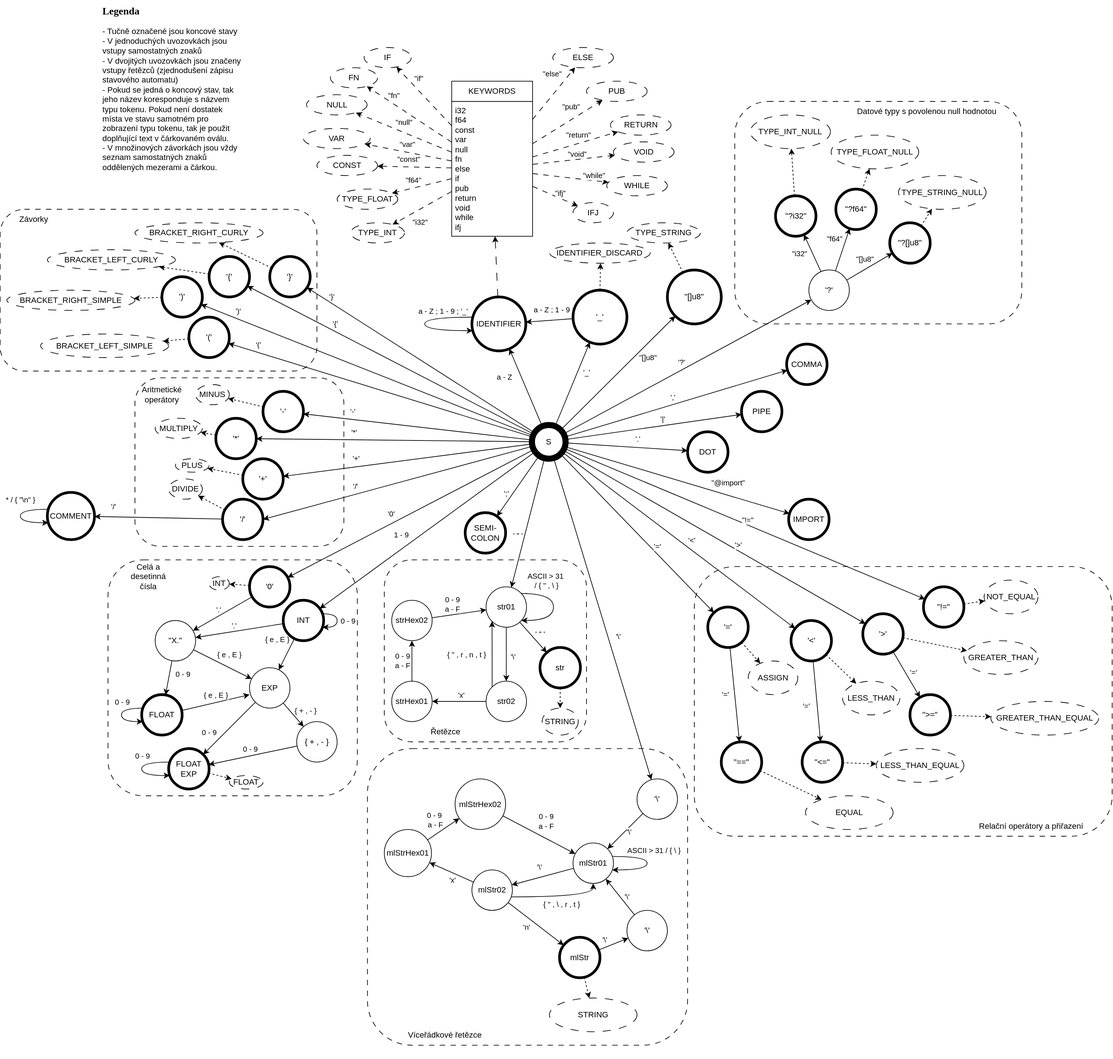
7dix/Compiler-BUT24 keeps this draw.io diagram as docs/fsm/lexer.drawio.svg. Above is the earlier version. Source tidied: cells renumbered, new cells last; positions are measured from the earlier drawing's top-left corner, leaving out a move shared by most shapes.
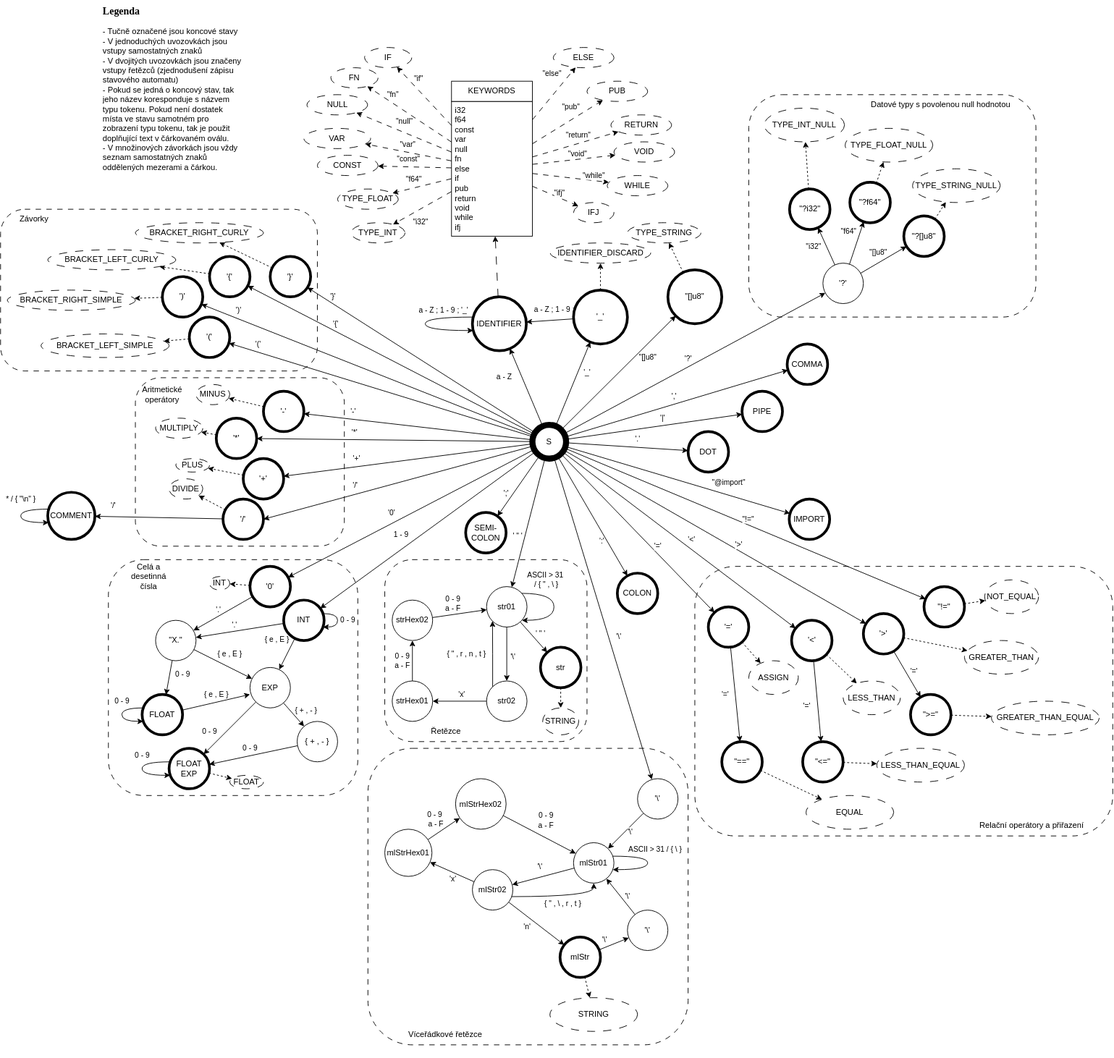
After the commit.

Commit message:
changed lexer diagram fsm

What changed in the source:
```diff
@@ -557,7 +557,7 @@
       <mxGeometry x="400" y="370" width="200" height="30" as="geometry" />
     </mxCell>
     <mxCell id="157" style="group;dashed=1;dashPattern=12 12;" parent="1" vertex="1">
-      <mxGeometry x="1090" y="150" width="433" height="330" as="geometry" />
+      <mxGeometry x="1110" y="140" width="433" height="330" as="geometry" />
     </mxCell>
     <mxCell id="158" style="rounded=1;whiteSpace=wrap;html=1;dashed=1;dashPattern=8 8;align=center;" parent="157" vertex="1">
       <mxGeometry width="426" height="330" as="geometry" />
@@ -819,6 +819,14 @@
         <mxPoint x="16" y="6" as="offset" />
       </mxGeometry>
     </mxCell>
+    <mxCell id="292" style="rounded=0;jettySize=auto;html=1;" parent="1" edge="1" source="226" target="294">
+      <mxGeometry relative="1" as="geometry" />
+    </mxCell>
+    <mxCell id="293" value="':'" style="edgeLabel;html=1;align=center;verticalAlign=middle;" parent="292" vertex="1">
+      <mxGeometry x="0.4" y="-2" relative="1" as="geometry">
+        <mxPoint x="-6" as="offset" />
+      </mxGeometry>
+    </mxCell>
     <mxCell id="226" value="S" style="ellipse;whiteSpace=wrap;html=1;strokeWidth=9;" parent="1" vertex="1">
       <mxGeometry x="789" y="630" width="50" height="50" as="geometry" />
     </mxCell>
@@ -896,7 +904,7 @@
       </mxGeometry>
     </mxCell>
     <mxCell id="246" style="group;" parent="1" vertex="1">
-      <mxGeometry x="670" y="120" width="120" height="230" as="geometry" />
+      <mxGeometry x="669" y="120" width="120" height="230" as="geometry" />
     </mxCell>
     <mxCell id="247" value="&amp;nbsp;i32&lt;div&gt;&amp;nbsp;f64&lt;/div&gt;&lt;div&gt;&amp;nbsp;const&lt;/div&gt;&lt;div&gt;&amp;nbsp;var&lt;/div&gt;&lt;div&gt;&amp;nbsp;null&lt;/div&gt;&lt;div&gt;&amp;nbsp;fn&lt;/div&gt;&lt;div&gt;&amp;nbsp;else&lt;/div&gt;&lt;div&gt;&amp;nbsp;if&lt;/div&gt;&lt;div&gt;&amp;nbsp;pub&lt;/div&gt;&lt;div&gt;&amp;nbsp;return&lt;/div&gt;&lt;div&gt;&amp;nbsp;void&lt;/div&gt;&lt;div&gt;&amp;nbsp;while&lt;/div&gt;&lt;div&gt;&amp;nbsp;ifj&lt;/div&gt;" style="rounded=0;whiteSpace=wrap;html=1;verticalAlign=top;align=left;" parent="246" vertex="1">
       <mxGeometry y="30" width="120" height="200" as="geometry" />
@@ -1059,5 +1067,8 @@
         <mxPoint x="9" y="-4" as="offset" />
       </mxGeometry>
     </mxCell>
+    <mxCell id="294" value="COLON" style="ellipse;whiteSpace=wrap;html=1;strokeWidth=4;" parent="1" vertex="1">
+      <mxGeometry x="915" y="850" width="60" height="60" as="geometry" />
+    </mxCell>
   </root>
 </mxGraphModel>
```
